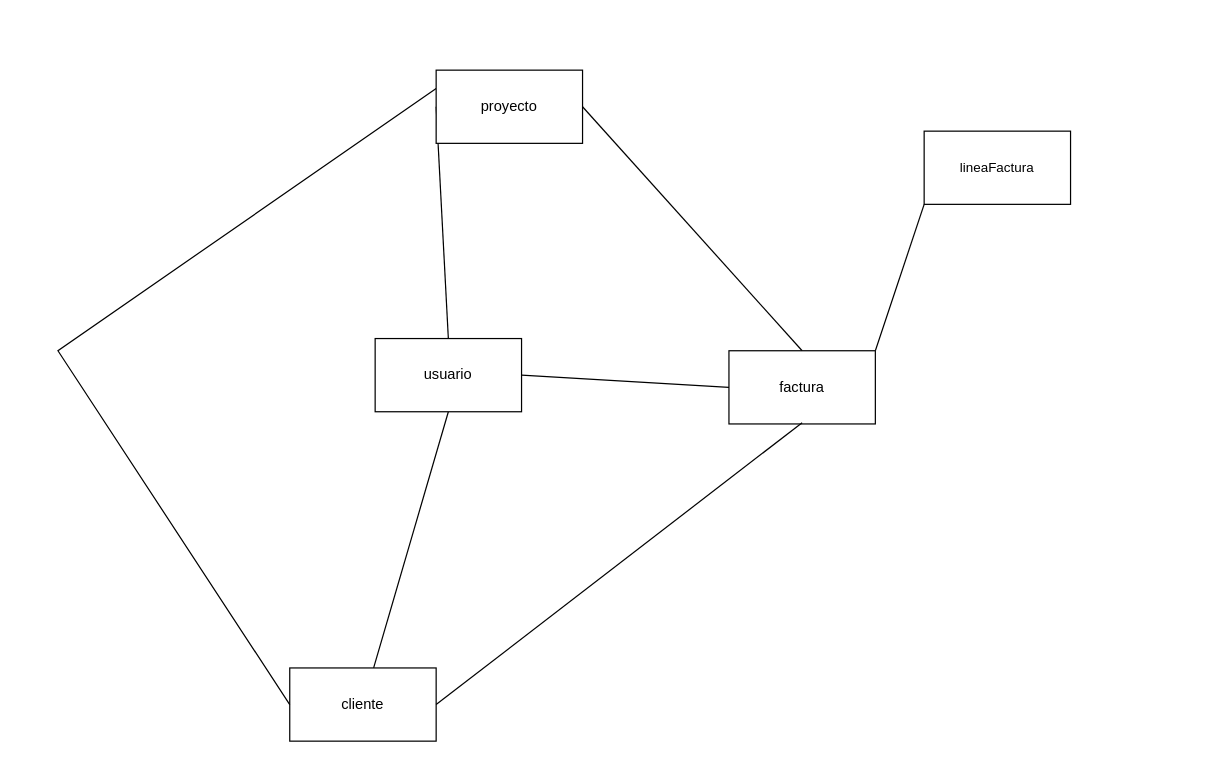
Earlier version of the draw.io diagram Diagrama sin título.drawio (DesSussu/CRUD). Source tidied: cells renumbered, new cells numbered last; positions are measured from the earlier drawing's top-left corner, leaving out a move shared by most shapes. Both pictures are drawn from the tidied source at 122%, with x=0, y=0 at pixel (57, 70).
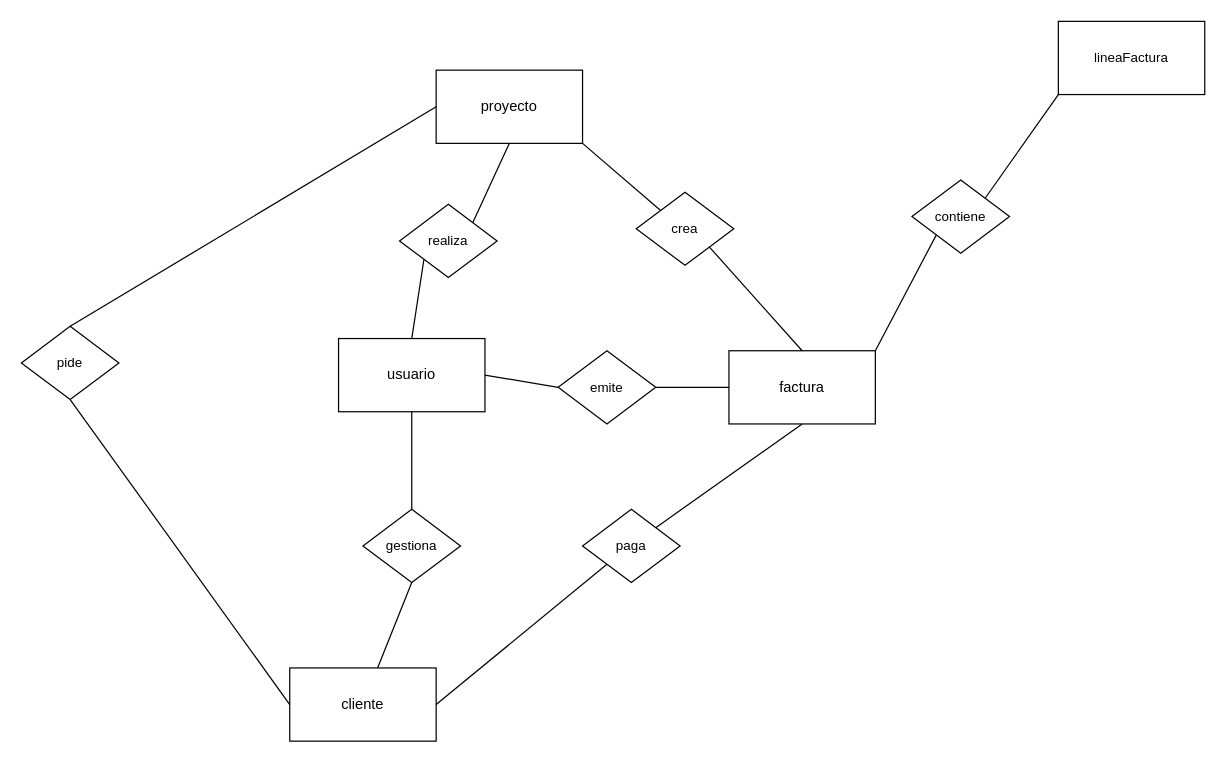
The same diagram, later.

The change refers to these unchanged cells:
```xml
<mxCell id="4" value="factura" style="rounded=0;whiteSpace=wrap;html=1;" parent="1" vertex="1">
  <mxGeometry x="550" y="230" width="120" height="60" as="geometry" />
</mxCell>
<mxCell id="5" value="cliente" style="rounded=0;whiteSpace=wrap;html=1;" parent="1" vertex="1">
  <mxGeometry x="190" y="490" width="120" height="60" as="geometry" />
</mxCell>
<mxCell id="11" value="proyecto" style="rounded=0;whiteSpace=wrap;html=1;" parent="1" vertex="1">
  <mxGeometry x="310" width="120" height="60" as="geometry" />
</mxCell>
```

Diff of the diagram source:
```diff
@@
-    <mxCell id="2" style="edgeStyle=none;shape=connector;rounded=0;jettySize=auto;html=1;exitX=0.5;exitY=0;exitDx=0;exitDy=0;entryX=1;entryY=0.5;entryDx=0;entryDy=0;strokeColor=default;align=center;verticalAlign=middle;fontFamily=Helvetica;fontSize=11;fontColor=default;labelBackgroundColor=default;startFill=0;endArrow=none;" parent="1" edge="1" source="4" target="11">
-      <mxGeometry relative="1" as="geometry" />
-    </mxCell>
-    <mxCell id="3" style="edgeStyle=none;shape=connector;rounded=0;jettySize=auto;html=1;exitX=1;exitY=0;exitDx=0;exitDy=0;entryX=0;entryY=1;entryDx=0;entryDy=0;strokeColor=default;align=center;verticalAlign=middle;fontFamily=Helvetica;fontSize=11;fontColor=default;labelBackgroundColor=default;startFill=0;endArrow=none;" parent="1" edge="1" source="4" target="13">
+    <mxCell id="3" style="edgeStyle=none;shape=connector;rounded=0;jettySize=auto;html=1;exitX=1;exitY=0;exitDx=0;exitDy=0;entryX=0;entryY=1;entryDx=0;entryDy=0;strokeColor=default;align=center;verticalAlign=middle;fontFamily=Helvetica;fontSize=11;fontColor=default;labelBackgroundColor=default;startFill=0;endArrow=none;" parent="1" edge="1" source="31" target="13">
       <mxGeometry relative="1" as="geometry" />
     </mxCell>
@@
-    <mxCell id="6" style="rounded=0;jettySize=auto;html=1;exitX=1;exitY=0.5;exitDx=0;exitDy=0;entryX=0;entryY=0.5;entryDx=0;entryDy=0;endArrow=none;startFill=0;" parent="1" edge="1" source="9" target="4">
+    <mxCell id="6" style="rounded=0;jettySize=auto;html=1;exitX=1;exitY=0.5;exitDx=0;exitDy=0;entryX=0;entryY=0.5;entryDx=0;entryDy=0;endArrow=none;startFill=0;" parent="1" edge="1" source="24" target="4">
       <mxGeometry relative="1" as="geometry" />
     </mxCell>
-    <mxCell id="7" style="edgeStyle=none;shape=connector;rounded=0;jettySize=auto;html=1;exitX=0.5;exitY=1;exitDx=0;exitDy=0;strokeColor=default;align=center;verticalAlign=middle;fontFamily=Helvetica;fontSize=11;fontColor=default;labelBackgroundColor=default;startFill=0;endArrow=none;" parent="1" edge="1" source="9" target="5">
+    <mxCell id="7" style="edgeStyle=none;shape=connector;rounded=0;jettySize=auto;html=1;exitX=0.5;exitY=1;exitDx=0;exitDy=0;strokeColor=default;align=center;verticalAlign=middle;fontFamily=Helvetica;fontSize=11;fontColor=default;labelBackgroundColor=default;startFill=0;endArrow=none;" parent="1" edge="1" source="20" target="5">
       <mxGeometry relative="1" as="geometry" />
     </mxCell>
-    <mxCell id="8" style="edgeStyle=none;shape=connector;rounded=0;jettySize=auto;html=1;exitX=0.5;exitY=0;exitDx=0;exitDy=0;entryX=0;entryY=0.5;entryDx=0;entryDy=0;strokeColor=default;align=center;verticalAlign=middle;fontFamily=Helvetica;fontSize=11;fontColor=default;labelBackgroundColor=default;startFill=0;endArrow=none;" parent="1" edge="1" source="9" target="11">
-      <mxGeometry relative="1" as="geometry" />
-    </mxCell>
     <mxCell id="9" value="usuario" style="rounded=0;whiteSpace=wrap;html=1;" parent="1" vertex="1">
-      <mxGeometry x="260" y="220" width="120" height="60" as="geometry" />
+      <mxGeometry x="230" y="220" width="120" height="60" as="geometry" />
     </mxCell>
-    <mxCell id="10" style="edgeStyle=none;shape=connector;rounded=0;jettySize=auto;html=1;exitX=0;exitY=0.25;exitDx=0;exitDy=0;strokeColor=default;align=center;verticalAlign=middle;fontFamily=Helvetica;fontSize=11;fontColor=default;labelBackgroundColor=default;startFill=0;endArrow=none;entryX=0;entryY=0.5;entryDx=0;entryDy=0;" parent="1" edge="1" source="11" target="5">
-      <mxGeometry relative="1" as="geometry">
-        <Array as="points">
-          <mxPoint y="230" />
-        </Array>
-      </mxGeometry>
-    </mxCell>
+    <mxCell id="14" style="edgeStyle=none;shape=connector;rounded=0;jettySize=auto;html=1;exitX=1;exitY=1;exitDx=0;exitDy=0;entryX=0;entryY=0;entryDx=0;entryDy=0;strokeColor=default;align=center;verticalAlign=middle;fontFamily=Helvetica;fontSize=11;fontColor=default;labelBackgroundColor=default;startFill=0;endArrow=none;" parent="1" edge="1" source="11" target="26">
+      <mxGeometry relative="1" as="geometry" />
+    </mxCell>
+    <mxCell id="15" style="edgeStyle=none;shape=connector;rounded=0;jettySize=auto;html=1;exitX=0.5;exitY=1;exitDx=0;exitDy=0;entryX=1;entryY=0;entryDx=0;entryDy=0;strokeColor=default;align=center;verticalAlign=middle;fontFamily=Helvetica;fontSize=11;fontColor=default;labelBackgroundColor=default;startFill=0;endArrow=none;" parent="1" edge="1" source="11" target="22">
+      <mxGeometry relative="1" as="geometry" />
+    </mxCell>
@@
-    <mxCell id="12" style="edgeStyle=none;shape=connector;rounded=0;jettySize=auto;html=1;exitX=1;exitY=0.5;exitDx=0;exitDy=0;entryX=0.5;entryY=0.983;entryDx=0;entryDy=0;entryPerimeter=0;strokeColor=default;align=center;verticalAlign=middle;fontFamily=Helvetica;fontSize=11;fontColor=default;labelBackgroundColor=default;startFill=0;endArrow=none;" parent="1" edge="1" source="5" target="4">
-      <mxGeometry relative="1" as="geometry" />
-    </mxCell>
     <mxCell id="13" value="lineaFactura" style="rounded=0;whiteSpace=wrap;html=1;fontFamily=Helvetica;fontSize=11;fontColor=default;labelBackgroundColor=default;" parent="1" vertex="1">
-      <mxGeometry x="710" y="50" width="120" height="60" as="geometry" />
+      <mxGeometry x="820" y="-40" width="120" height="60" as="geometry" />
     </mxCell>
+    <mxCell id="16" style="edgeStyle=none;shape=connector;rounded=0;jettySize=auto;html=1;exitX=0.5;exitY=0;exitDx=0;exitDy=0;entryX=0;entryY=0.5;entryDx=0;entryDy=0;strokeColor=default;align=center;verticalAlign=middle;fontFamily=Helvetica;fontSize=11;fontColor=default;labelBackgroundColor=default;startFill=0;endArrow=none;" parent="1" edge="1" source="18" target="11">
+      <mxGeometry relative="1" as="geometry" />
+    </mxCell>
+    <mxCell id="17" style="edgeStyle=none;shape=connector;rounded=0;jettySize=auto;html=1;exitX=0.5;exitY=1;exitDx=0;exitDy=0;entryX=0;entryY=0.5;entryDx=0;entryDy=0;strokeColor=default;align=center;verticalAlign=middle;fontFamily=Helvetica;fontSize=11;fontColor=default;labelBackgroundColor=default;startFill=0;endArrow=none;" parent="1" edge="1" source="18" target="5">
+      <mxGeometry relative="1" as="geometry" />
+    </mxCell>
+    <mxCell id="18" value="pide" style="rhombus;whiteSpace=wrap;html=1;fontFamily=Helvetica;fontSize=11;fontColor=default;labelBackgroundColor=default;" parent="1" vertex="1">
+      <mxGeometry x="-30" y="210" width="80" height="60" as="geometry" />
+    </mxCell>
+    <mxCell id="19" style="edgeStyle=none;shape=connector;rounded=0;jettySize=auto;html=1;exitX=0.5;exitY=1;exitDx=0;exitDy=0;strokeColor=default;align=center;verticalAlign=middle;fontFamily=Helvetica;fontSize=11;fontColor=default;labelBackgroundColor=default;startFill=0;endArrow=none;" parent="1" edge="1" source="9" target="20">
+      <mxGeometry relative="1" as="geometry" />
+    </mxCell>
+    <mxCell id="20" value="gestiona" style="rhombus;whiteSpace=wrap;html=1;fontFamily=Helvetica;fontSize=11;fontColor=default;labelBackgroundColor=default;" parent="1" vertex="1">
+      <mxGeometry x="250" y="360" width="80" height="60" as="geometry" />
+    </mxCell>
+    <mxCell id="21" style="edgeStyle=none;shape=connector;rounded=0;jettySize=auto;html=1;exitX=0;exitY=1;exitDx=0;exitDy=0;entryX=0.5;entryY=0;entryDx=0;entryDy=0;strokeColor=default;align=center;verticalAlign=middle;fontFamily=Helvetica;fontSize=11;fontColor=default;labelBackgroundColor=default;startFill=0;endArrow=none;" parent="1" edge="1" source="22" target="9">
+      <mxGeometry relative="1" as="geometry" />
+    </mxCell>
+    <mxCell id="22" value="realiza" style="rhombus;whiteSpace=wrap;html=1;fontFamily=Helvetica;fontSize=11;fontColor=default;labelBackgroundColor=default;" parent="1" vertex="1">
+      <mxGeometry x="280" y="110" width="80" height="60" as="geometry" />
+    </mxCell>
+    <mxCell id="23" style="rounded=0;jettySize=auto;html=1;exitX=1;exitY=0.5;exitDx=0;exitDy=0;entryX=0;entryY=0.5;entryDx=0;entryDy=0;endArrow=none;startFill=0;" parent="1" edge="1" source="9" target="24">
+      <mxGeometry relative="1" as="geometry" />
+    </mxCell>
+    <mxCell id="24" value="emite" style="rhombus;whiteSpace=wrap;html=1;fontFamily=Helvetica;fontSize=11;fontColor=default;labelBackgroundColor=default;" parent="1" vertex="1">
+      <mxGeometry x="410" y="230" width="80" height="60" as="geometry" />
+    </mxCell>
+    <mxCell id="25" style="edgeStyle=none;shape=connector;rounded=0;jettySize=auto;html=1;exitX=1;exitY=1;exitDx=0;exitDy=0;entryX=0.5;entryY=0;entryDx=0;entryDy=0;strokeColor=default;align=center;verticalAlign=middle;fontFamily=Helvetica;fontSize=11;fontColor=default;labelBackgroundColor=default;startFill=0;endArrow=none;" parent="1" edge="1" source="26" target="4">
+      <mxGeometry relative="1" as="geometry" />
+    </mxCell>
+    <mxCell id="26" value="crea" style="rhombus;whiteSpace=wrap;html=1;fontFamily=Helvetica;fontSize=11;fontColor=default;labelBackgroundColor=default;" parent="1" vertex="1">
+      <mxGeometry x="474" y="100" width="80" height="60" as="geometry" />
+    </mxCell>
+    <mxCell id="27" style="edgeStyle=none;shape=connector;rounded=0;jettySize=auto;html=1;exitX=0;exitY=1;exitDx=0;exitDy=0;entryX=1;entryY=0.5;entryDx=0;entryDy=0;strokeColor=default;align=center;verticalAlign=middle;fontFamily=Helvetica;fontSize=11;fontColor=default;labelBackgroundColor=default;startFill=0;endArrow=none;" parent="1" edge="1" source="29" target="5">
+      <mxGeometry relative="1" as="geometry" />
+    </mxCell>
+    <mxCell id="28" style="edgeStyle=none;shape=connector;rounded=0;jettySize=auto;html=1;exitX=1;exitY=0;exitDx=0;exitDy=0;entryX=0.5;entryY=1;entryDx=0;entryDy=0;strokeColor=default;align=center;verticalAlign=middle;fontFamily=Helvetica;fontSize=11;fontColor=default;labelBackgroundColor=default;startFill=0;endArrow=none;" parent="1" edge="1" source="29" target="4">
+      <mxGeometry relative="1" as="geometry" />
+    </mxCell>
+    <mxCell id="29" value="paga" style="rhombus;whiteSpace=wrap;html=1;fontFamily=Helvetica;fontSize=11;fontColor=default;labelBackgroundColor=default;" parent="1" vertex="1">
+      <mxGeometry x="430" y="360" width="80" height="60" as="geometry" />
+    </mxCell>
+    <mxCell id="30" style="edgeStyle=none;shape=connector;rounded=0;jettySize=auto;html=1;exitX=1;exitY=0;exitDx=0;exitDy=0;entryX=0;entryY=1;entryDx=0;entryDy=0;strokeColor=default;align=center;verticalAlign=middle;fontFamily=Helvetica;fontSize=11;fontColor=default;labelBackgroundColor=default;startFill=0;endArrow=none;" parent="1" edge="1" source="4" target="31">
+      <mxGeometry relative="1" as="geometry" />
+    </mxCell>
+    <mxCell id="31" value="contiene" style="rhombus;whiteSpace=wrap;html=1;fontFamily=Helvetica;fontSize=11;fontColor=default;labelBackgroundColor=default;" parent="1" vertex="1">
+      <mxGeometry x="700" y="90" width="80" height="60" as="geometry" />
+    </mxCell>
```
